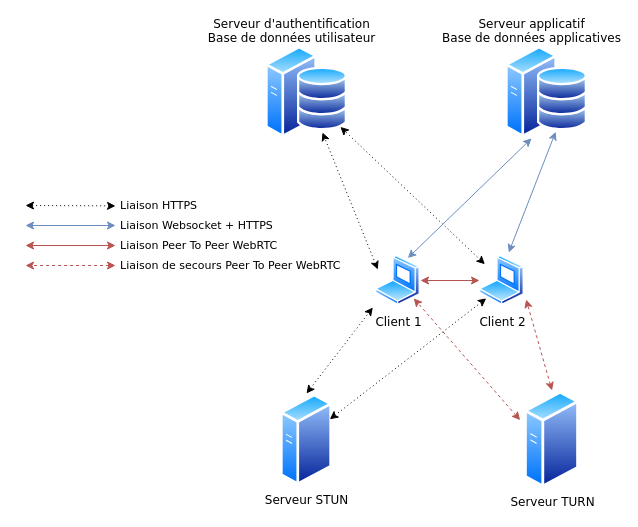
Earlier version of the draw.io diagram page "ArchiRéseaux" (7 of 11) of schéma/ArchiReseau.drawio (stephannicolas96/dossierPro). Source tidied: cells renumbered, new cells numbered last; positions are measured from the earlier drawing's top-left corner, leaving out a move shared by most shapes. Both pictures are drawn from the tidied source at 100%, with x=0, y=0 at pixel (25, 45).
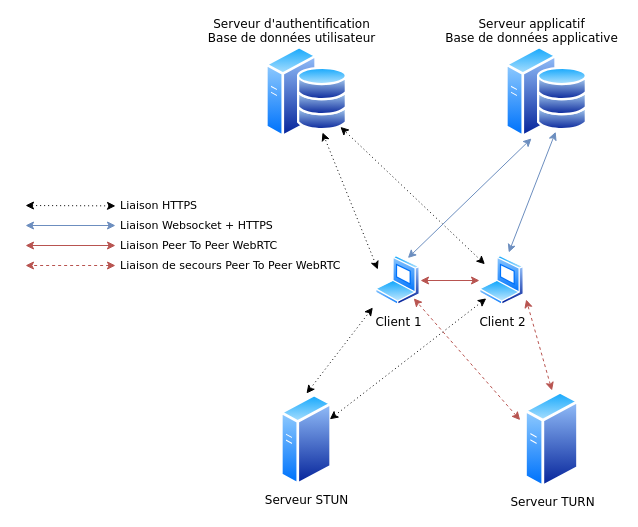
The same diagram, later.

Change to the diagram source:
```diff
@@
-    <mxCell id="18" style="group;verticalAlign=top;spacing=0;spacingTop=50;" parent="1" vertex="1">
+    <mxCell id="18" style="group;verticalAlign=top;spacing=0;spacingTop=50;rotation=90;" parent="1" vertex="1">
       <mxGeometry x="480" width="82" height="92.9" as="geometry" />
     </mxCell>
-    <mxCell id="19" value="Serveur applicatif&lt;br&gt;Base de données applicatives" style="perimeter=ellipsePerimeter;html=1;align=center;shadow=0;dashed=0;spacingTop=-128;image;image=img/lib/active_directory/generic_server.svg;fontFamily=Verdana;spacingRight=0;verticalAlign=top;" parent="18" vertex="1">
+    <mxCell id="19" value="Serveur applicatif&lt;br&gt;Base de données applicative" style="perimeter=ellipsePerimeter;html=1;align=center;shadow=0;dashed=0;spacingTop=-128;image;image=img/lib/active_directory/generic_server.svg;fontFamily=Verdana;spacingRight=0;verticalAlign=top;" parent="18" vertex="1">
       <mxGeometry width="52" height="92.9" as="geometry" />
     </mxCell>
```
